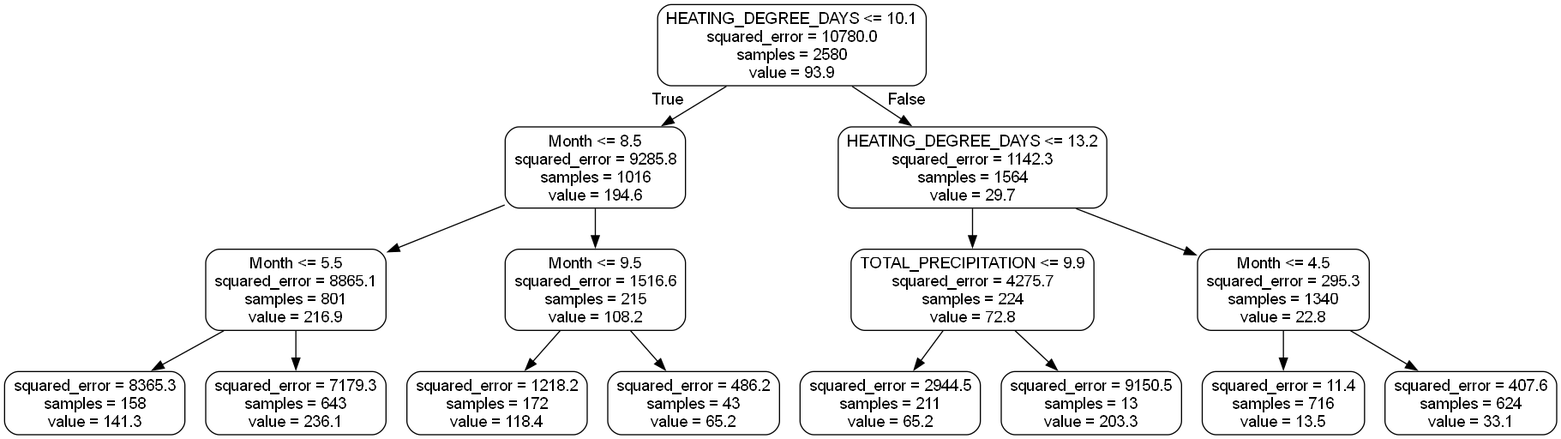
Before: small_tree.png, a diagram exported from Graphviz (Abdullah-Usmani/flood-research1). Its source is kept beside it as small_tree.dot.
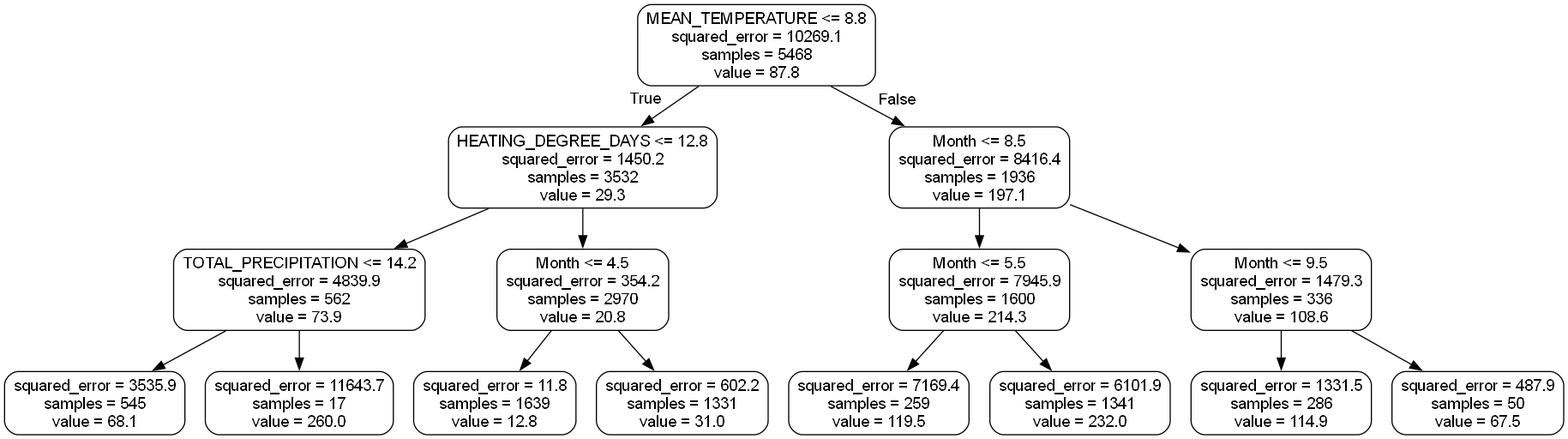
After the commit.

Change to the diagram source:
```diff
@@ -1,33 +1,33 @@
 digraph Tree {
 node [shape=box, style="rounded", color="black", fontname="helvetica"] ;
 edge [fontname="helvetica"] ;
-0 [label="HEATING_DEGREE_DAYS <= 10.1\nsquared_error = 10780.0\nsamples = 2580\nvalue = 93.9"] ;
-1 [label="Month <= 8.5\nsquared_error = 9285.8\nsamples = 1016\nvalue = 194.6"] ;
+0 [label="MEAN_TEMPERATURE <= 8.8\nsquared_error = 10269.1\nsamples = 5468\nvalue = 87.8"] ;
+1 [label="HEATING_DEGREE_DAYS <= 12.8\nsquared_error = 1450.2\nsamples = 3532\nvalue = 29.3"] ;
 0 -> 1 [labeldistance=2.5, labelangle=45, headlabel="True"] ;
-2 [label="Month <= 5.5\nsquared_error = 8865.1\nsamples = 801\nvalue = 216.9"] ;
+2 [label="TOTAL_PRECIPITATION <= 14.2\nsquared_error = 4839.9\nsamples = 562\nvalue = 73.9"] ;
 1 -> 2 ;
-3 [label="squared_error = 8365.3\nsamples = 158\nvalue = 141.3"] ;
+3 [label="squared_error = 3535.9\nsamples = 545\nvalue = 68.1"] ;
 2 -> 3 ;
-4 [label="squared_error = 7179.3\nsamples = 643\nvalue = 236.1"] ;
+4 [label="squared_error = 11643.7\nsamples = 17\nvalue = 260.0"] ;
 2 -> 4 ;
-5 [label="Month <= 9.5\nsquared_error = 1516.6\nsamples = 215\nvalue = 108.2"] ;
+5 [label="Month <= 4.5\nsquared_error = 354.2\nsamples = 2970\nvalue = 20.8"] ;
 1 -> 5 ;
-6 [label="squared_error = 1218.2\nsamples = 172\nvalue = 118.4"] ;
+6 [label="squared_error = 11.8\nsamples = 1639\nvalue = 12.8"] ;
 5 -> 6 ;
-7 [label="squared_error = 486.2\nsamples = 43\nvalue = 65.2"] ;
+7 [label="squared_error = 602.2\nsamples = 1331\nvalue = 31.0"] ;
 5 -> 7 ;
-8 [label="HEATING_DEGREE_DAYS <= 13.2\nsquared_error = 1142.3\nsamples = 1564\nvalue = 29.7"] ;
+8 [label="Month <= 8.5\nsquared_error = 8416.4\nsamples = 1936\nvalue = 197.1"] ;
 0 -> 8 [labeldistance=2.5, labelangle=-45, headlabel="False"] ;
-9 [label="TOTAL_PRECIPITATION <= 9.9\nsquared_error = 4275.7\nsamples = 224\nvalue = 72.8"] ;
+9 [label="Month <= 5.5\nsquared_error = 7945.9\nsamples = 1600\nvalue = 214.3"] ;
 8 -> 9 ;
-10 [label="squared_error = 2944.5\nsamples = 211\nvalue = 65.2"] ;
+10 [label="squared_error = 7169.4\nsamples = 259\nvalue = 119.5"] ;
 9 -> 10 ;
-11 [label="squared_error = 9150.5\nsamples = 13\nvalue = 203.3"] ;
+11 [label="squared_error = 6101.9\nsamples = 1341\nvalue = 232.0"] ;
 9 -> 11 ;
-12 [label="Month <= 4.5\nsquared_error = 295.3\nsamples = 1340\nvalue = 22.8"] ;
+12 [label="Month <= 9.5\nsquared_error = 1479.3\nsamples = 336\nvalue = 108.6"] ;
 8 -> 12 ;
-13 [label="squared_error = 11.4\nsamples = 716\nvalue = 13.5"] ;
+13 [label="squared_error = 1331.5\nsamples = 286\nvalue = 114.9"] ;
 12 -> 13 ;
-14 [label="squared_error = 407.6\nsamples = 624\nvalue = 33.1"] ;
+14 [label="squared_error = 487.9\nsamples = 50\nvalue = 67.5"] ;
 12 -> 14 ;
 }
```
